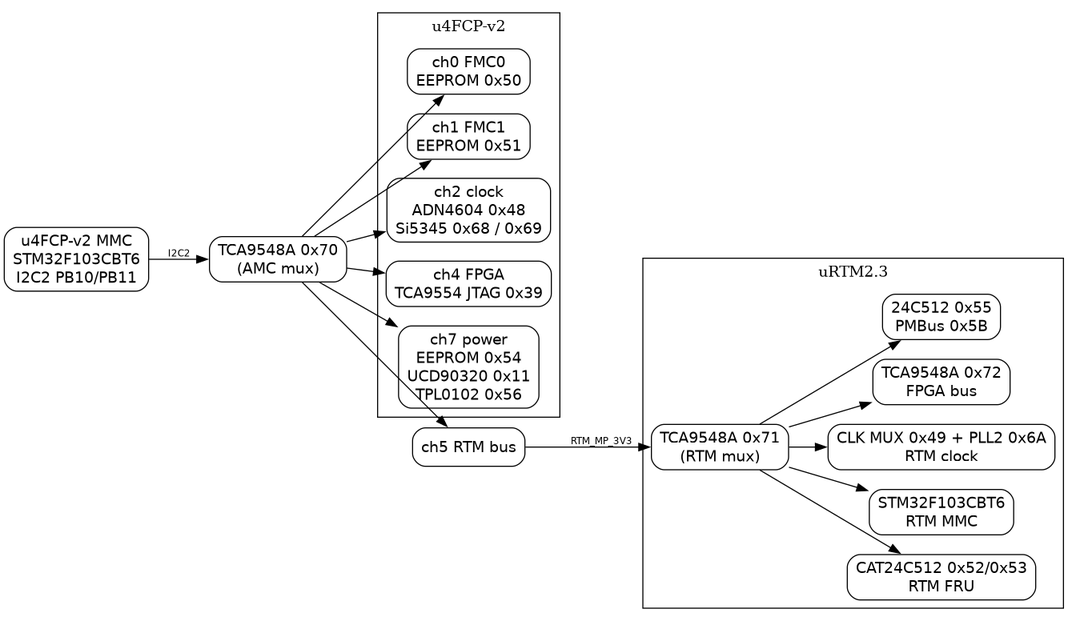
Above: docs/u4fcp-v2-i2c-map.png in palzhj/openMMC_uFC (Graphviz), before the change. Its source is kept beside it as docs/u4fcp-v2-i2c-map.dot.
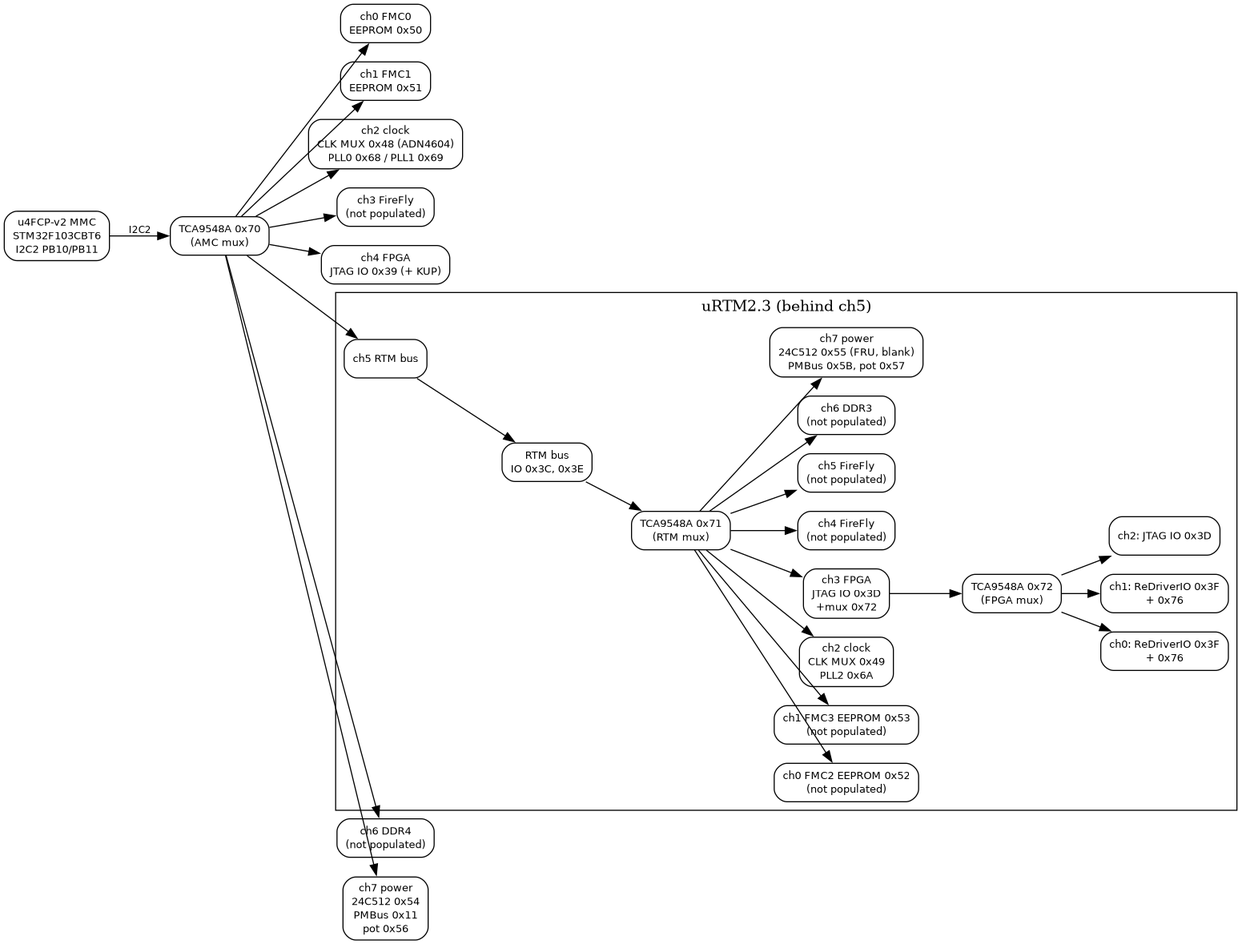
After the commit.

Change to the diagram source:
```diff
@@ -1,34 +1,44 @@
 digraph i2c {
-  rankdir=LR; bgcolor="white"; splines=false;
-  node [shape=box, style="rounded", fontname="Helvetica"];
+  rankdir=LR; bgcolor="white"; splines=false; nodesep=0.25;
+  node [shape=box, style="rounded", fontname="Helvetica", fontsize=10];
   edge [fontname="Helvetica", fontsize=9];
 
   mcu [label="u4FCP-v2 MMC\nSTM32F103CBT6\nI2C2 PB10/PB11"];
-  mux [label="TCA9548A 0x70\n(AMC mux)"];
+  amux [label="TCA9548A 0x70\n(AMC mux)"];
+  mcu -> amux [label="I2C2"];
 
-  mcu -> mux [label="I2C2"];
-
-  subgraph cluster_amc {
-    label="u4FCP-v2";
-    ch0 [label="ch0 FMC0\nEEPROM 0x50"];
-    ch1 [label="ch1 FMC1\nEEPROM 0x51"];
-    ch2 [label="ch2 clock\nADN4604 0x48\nSi5345 0x68 / 0x69"];
-    ch4 [label="ch4 FPGA\nTCA9554 JTAG 0x39"];
-    ch7 [label="ch7 power\nEEPROM 0x54\nUCD90320 0x11\nTPL0102 0x56"];
-  }
-
+  ch0 [label="ch0 FMC0\nEEPROM 0x50"];
+  ch1 [label="ch1 FMC1\nEEPROM 0x51"];
+  ch2 [label="ch2 clock\nCLK MUX 0x48 (ADN4604)\nPLL0 0x68 / PLL1 0x69"];
+  ch3 [label="ch3 FireFly\n(not populated)"];
+  ch4 [label="ch4 FPGA\nJTAG IO 0x39 (+ KUP)"];
   ch5 [label="ch5 RTM bus"];
-  mux -> ch0; mux -> ch1; mux -> ch2; mux -> ch4; mux -> ch7; mux -> ch5;
+  ch6 [label="ch6 DDR4\n(not populated)"];
+  ch7 [label="ch7 power\n24C512 0x54\nPMBus 0x11\npot 0x56"];
+  amux -> ch0; amux -> ch1; amux -> ch2; amux -> ch3; amux -> ch4; amux -> ch5; amux -> ch6; amux -> ch7;
 
   subgraph cluster_rtm {
-    label="uRTM2.3";
-    rtmmux [label="TCA9548A 0x71\n(RTM mux)"];
-    fru [label="CAT24C512 0x52/0x53\nRTM FRU"];
-    mmc [label="STM32F103CBT6\nRTM MMC"];
-    pll [label="CLK MUX 0x49 + PLL2 0x6A\nRTM clock"];
-    io [label="TCA9548A 0x72\nFPGA bus"];
-    pwr [label="24C512 0x55\nPMBus 0x5B"];
+    label="uRTM2.3 (behind ch5)";
+    busnode [label="RTM bus\nIO 0x3C, 0x3E"];
+    rmux [label="TCA9548A 0x71\n(RTM mux)"];
+    ch5 -> busnode;
+    busnode -> rmux;
+
+    r0 [label="ch0 FMC2 EEPROM 0x52\n(not populated)"];
+    r1 [label="ch1 FMC3 EEPROM 0x53\n(not populated)"];
+    r2 [label="ch2 clock\nCLK MUX 0x49\nPLL2 0x6A"];
+    r3 [label="ch3 FPGA\nJTAG IO 0x3D\n+mux 0x72"];
+    r4 [label="ch4 FireFly\n(not populated)"];
+    r5 [label="ch5 FireFly\n(not populated)"];
+    r6 [label="ch6 DDR3\n(not populated)"];
+    r7 [label="ch7 power\n24C512 0x55 (FRU, blank)\nPMBus 0x5B, pot 0x57"];
+    rmux -> r0; rmux -> r1; rmux -> r2; rmux -> r3; rmux -> r4; rmux -> r5; rmux -> r6; rmux -> r7;
+
+    fmux [label="TCA9548A 0x72\n(FPGA mux)"];
+    r3 -> fmux;
+    f0 [label="ch0: ReDriverIO 0x3F\n+ 0x76"];
+    f1 [label="ch1: ReDriverIO 0x3F\n+ 0x76"];
+    f2 [label="ch2: JTAG IO 0x3D"];
+    fmux -> f0; fmux -> f1; fmux -> f2;
   }
-  ch5 -> rtmmux [label="RTM_MP_3V3"];
-  rtmmux -> fru; rtmmux -> mmc; rtmmux -> pll; rtmmux -> io; rtmmux -> pwr;
 }
```
